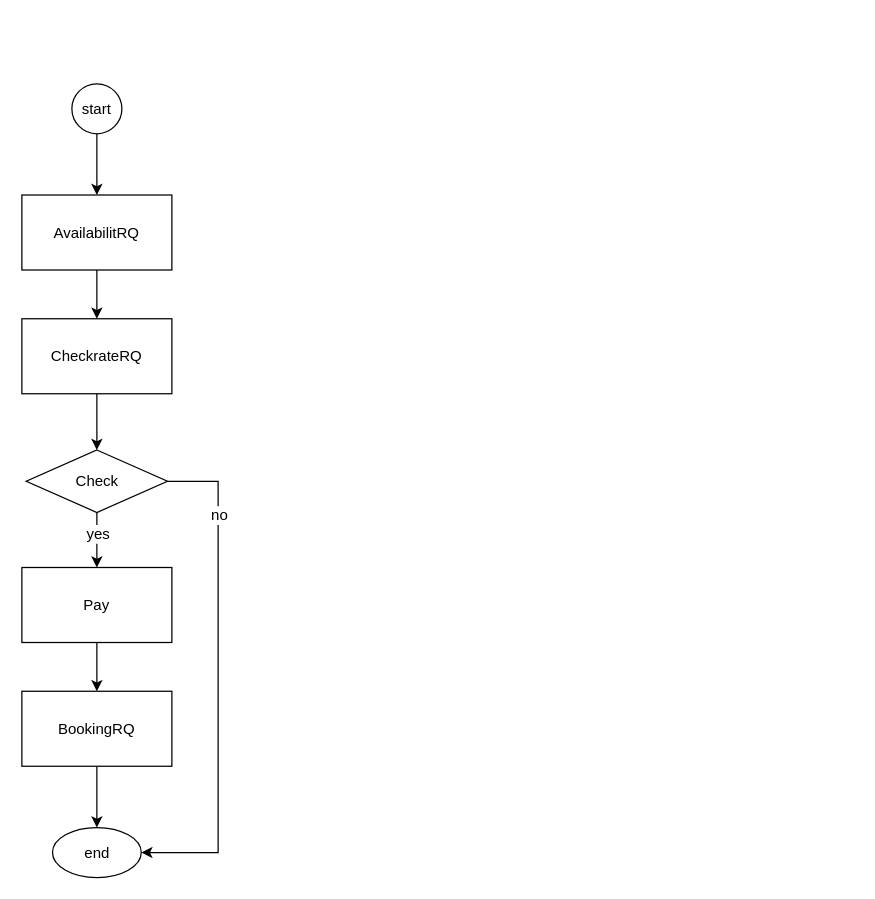
This is page "bo workflow" (2 of 2) of drawio/酒店-美团.drawio from weiwen111/diagram, a draw.io file, before an edit. Source tidied: cells renumbered, new cells numbered last; positions are measured from the earlier drawing's top-left corner, leaving out a move shared by most shapes. Both pictures are drawn from the tidied source at 125%, with x=0, y=0 at pixel (21, 84).
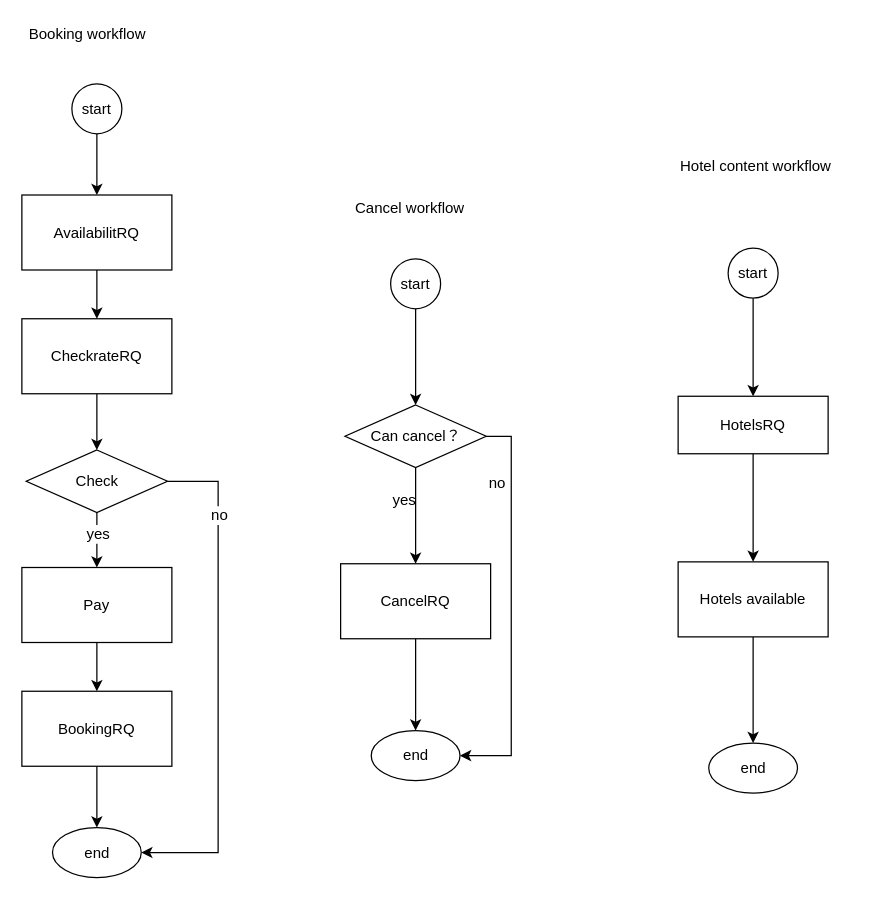
The same page after the edit.

Commit message:
更新酒店-美团.drawio

Change to the diagram source:
```diff
@@
+    <mxCell id="18" style="edgeStyle=orthogonalEdgeStyle;rounded=0;jettySize=auto;html=1;exitX=0.5;exitY=1;exitDx=0;exitDy=0;" parent="1" edge="1" source="19" target="25">
+      <mxGeometry relative="1" as="geometry" />
+    </mxCell>
+    <mxCell id="19" value="start" style="ellipse;whiteSpace=wrap;html=1;flipV=0;" parent="1" vertex="1">
+      <mxGeometry x="295" y="139.5" width="40" height="40" as="geometry" />
+    </mxCell>
+    <mxCell id="20" style="edgeStyle=orthogonalEdgeStyle;rounded=0;orthogonalLoop=1;jettySize=auto;html=1;exitX=0.5;exitY=1;exitDx=0;exitDy=0;entryX=0.5;entryY=0;entryDx=0;entryDy=0;" parent="1" edge="1">
+      <mxGeometry relative="1" as="geometry">
+        <mxPoint x="315" y="149" as="sourcePoint" />
+      </mxGeometry>
+    </mxCell>
+    <mxCell id="21" style="edgeStyle=orthogonalEdgeStyle;rounded=0;jettySize=auto;html=1;exitX=0.5;exitY=1;exitDx=0;exitDy=0;entryX=0.5;entryY=0;entryDx=0;entryDy=0;" parent="1" edge="1" source="22" target="26">
+      <mxGeometry relative="1" as="geometry" />
+    </mxCell>
+    <mxCell id="22" value="CancelRQ" style="rounded=0;whiteSpace=wrap;html=1;flipV=0;" parent="1" vertex="1">
+      <mxGeometry x="255" y="383.5" width="120" height="60" as="geometry" />
+    </mxCell>
+    <mxCell id="23" style="edgeStyle=orthogonalEdgeStyle;rounded=0;jettySize=auto;html=1;exitX=1;exitY=0.5;exitDx=0;exitDy=0;entryX=1;entryY=0.5;entryDx=0;entryDy=0;" parent="1" edge="1" source="25" target="26">
+      <mxGeometry relative="1" as="geometry" />
+    </mxCell>
+    <mxCell id="24" style="edgeStyle=orthogonalEdgeStyle;rounded=0;jettySize=auto;html=1;exitX=0.5;exitY=1;exitDx=0;exitDy=0;entryX=0.5;entryY=0;entryDx=0;entryDy=0;" parent="1" edge="1" source="25" target="22">
+      <mxGeometry relative="1" as="geometry" />
+    </mxCell>
+    <mxCell id="25" value="Can cancel？" style="rhombus;whiteSpace=wrap;html=1;flipV=0;" parent="1" vertex="1">
+      <mxGeometry x="258.5" y="256.5" width="113" height="50" as="geometry" />
+    </mxCell>
+    <mxCell id="26" value="end" style="ellipse;whiteSpace=wrap;html=1;flipV=0;" parent="1" vertex="1">
+      <mxGeometry x="279.5" y="517" width="71" height="40" as="geometry" />
+    </mxCell>
+    <mxCell id="27" style="edgeStyle=orthogonalEdgeStyle;rounded=0;jettySize=auto;html=1;exitX=0.5;exitY=1;exitDx=0;exitDy=0;" parent="1" edge="1" source="28" target="30">
+      <mxGeometry relative="1" as="geometry" />
+    </mxCell>
+    <mxCell id="28" value="start" style="ellipse;whiteSpace=wrap;html=1;" parent="1" vertex="1">
+      <mxGeometry x="565" y="131" width="40" height="40" as="geometry" />
+    </mxCell>
+    <mxCell id="29" style="edgeStyle=orthogonalEdgeStyle;rounded=0;jettySize=auto;html=1;exitX=0.5;exitY=1;exitDx=0;exitDy=0;" parent="1" edge="1" source="30" target="35">
+      <mxGeometry relative="1" as="geometry" />
+    </mxCell>
+    <mxCell id="30" value="HotelsRQ" style="rounded=0;whiteSpace=wrap;html=1;" parent="1" vertex="1">
+      <mxGeometry x="525" y="249.5" width="120" height="46" as="geometry" />
+    </mxCell>
+    <mxCell id="31" value="end" style="ellipse;whiteSpace=wrap;html=1;" parent="1" vertex="1">
+      <mxGeometry x="549.5" y="527" width="71" height="40" as="geometry" />
+    </mxCell>
+    <mxCell id="32" value="no" style="text;html=1;align=left;verticalAlign=top;spacingTop=-4;" parent="1" vertex="1">
+      <mxGeometry x="371.5" y="309" width="30" height="20" as="geometry" />
+    </mxCell>
+    <mxCell id="33" value="yes" style="text;html=1;align=left;verticalAlign=top;spacingTop=-4;" parent="1" vertex="1">
+      <mxGeometry x="295" y="322.5" width="30" height="20" as="geometry" />
+    </mxCell>
+    <mxCell id="34" style="edgeStyle=orthogonalEdgeStyle;rounded=0;jettySize=auto;html=1;exitX=0.5;exitY=1;exitDx=0;exitDy=0;" parent="1" edge="1" source="35" target="31">
+      <mxGeometry relative="1" as="geometry" />
+    </mxCell>
+    <mxCell id="35" value="&lt;span&gt;Hotels available&lt;/span&gt;" style="rounded=0;whiteSpace=wrap;html=1;" parent="1" vertex="1">
+      <mxGeometry x="525" y="382" width="120" height="60" as="geometry" />
+    </mxCell>
+    <mxCell id="36" value="Booking workflow" style="text;html=1;align=left;verticalAlign=top;spacingTop=-4;" parent="1" vertex="1">
+      <mxGeometry x="3.5" y="-50" width="110" height="20" as="geometry" />
+    </mxCell>
+    <mxCell id="37" value="Cancel workflow" style="text;html=1;align=left;verticalAlign=top;spacingTop=-4;" parent="1" vertex="1">
+      <mxGeometry x="265" y="88.5" width="100" height="20" as="geometry" />
+    </mxCell>
+    <mxCell id="38" value="Hotel content workflow" style="text;html=1;align=left;verticalAlign=top;spacingTop=-4;" parent="1" vertex="1">
+      <mxGeometry x="525" y="56" width="140" height="20" as="geometry" />
+    </mxCell>
```
